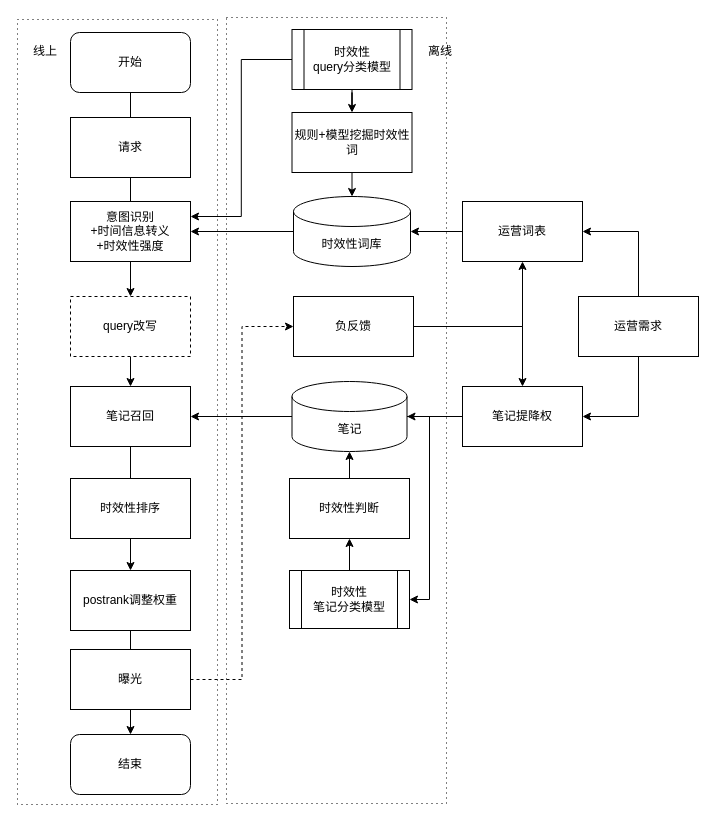
Before: timely_process_20210803.drawio in luoshao23/digram, a draw.io diagram. Source tidied: cells renumbered, new cells numbered last; positions are measured from the earlier drawing's top-left corner, leaving out a move shared by most shapes. Both pictures are drawn from the tidied source at 100%, with x=0, y=0 at pixel (17, 17).
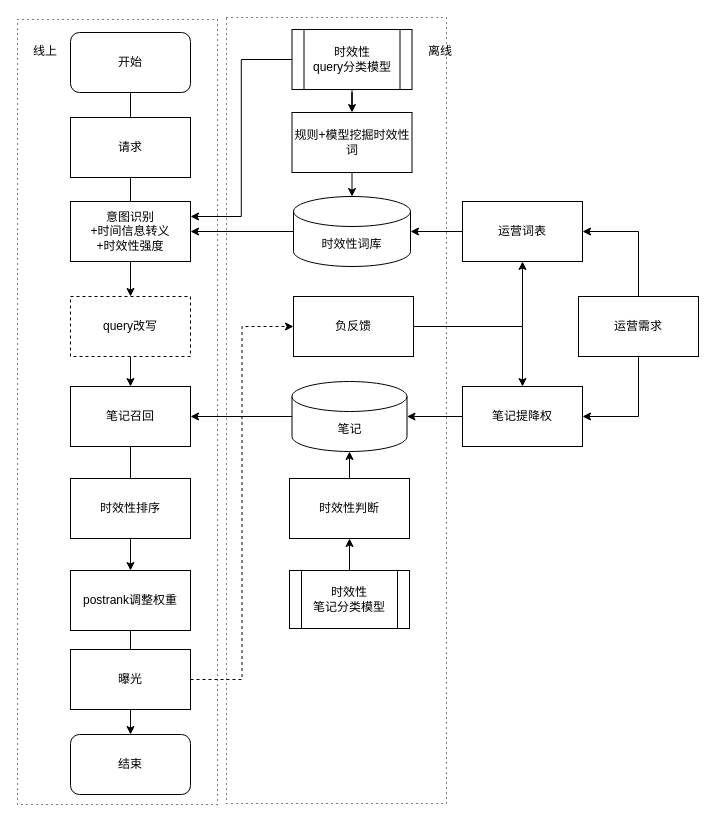
After the change.

Unchanged cells that the change refers to:
```xml
<mxCell id="23" value="笔记" style="shape=cylinder3;whiteSpace=wrap;html=1;boundedLbl=1;backgroundOutline=1;size=15;" parent="1" vertex="1">
  <mxGeometry x="274.5" y="364" width="115" height="70" as="geometry" />
</mxCell>
<mxCell id="32" value="时效性&lt;br&gt;笔记分类模型" style="shape=process;whiteSpace=wrap;html=1;backgroundOutline=1;" parent="1" vertex="1">
  <mxGeometry x="272" y="553" width="120" height="58" as="geometry" />
</mxCell>
```

Diff of the diagram source:
```diff
@@
-    <mxCell id="22" style="edgeStyle=orthogonalEdgeStyle;rounded=0;jettySize=auto;html=1;exitX=1;exitY=0.5;exitDx=0;exitDy=0;exitPerimeter=0;entryX=1;entryY=0.5;entryDx=0;entryDy=0;" parent="1" edge="1" source="23" target="32">
-      <mxGeometry relative="1" as="geometry" />
-    </mxCell>
```
